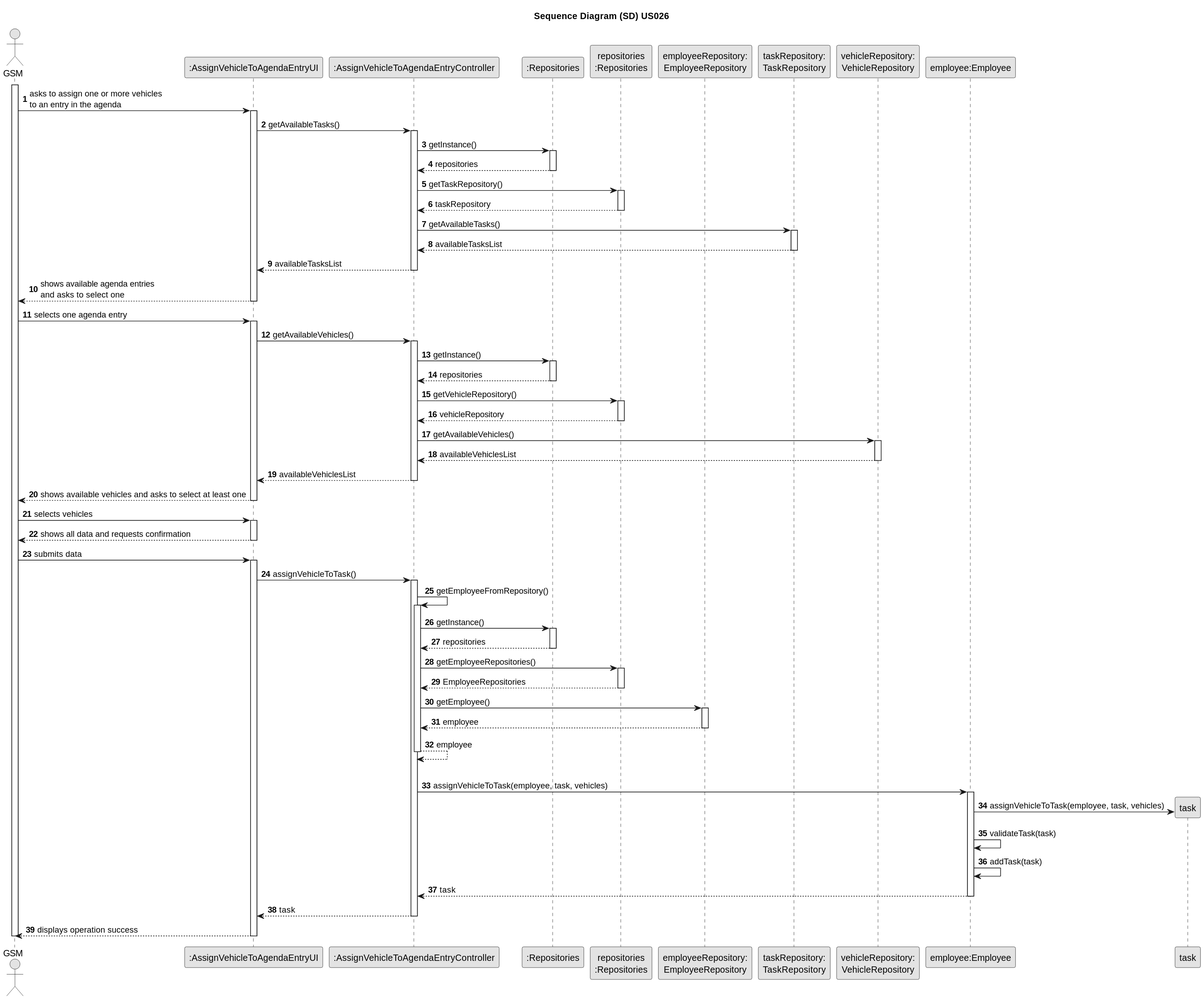
This is docs/sprintC/US026/03.design/svg/us026-sequence-diagram-full.svg from LopemigueISEP/lei-24-s2-1nb-g312, a PlantUML export, as it was before one commit. Source of this version:
```plantuml
@startuml
skinparam monochrome true
skinparam packageStyle rectangle
skinparam shadowing false

autonumber

title Sequence Diagram (SD) US026

actor "GSM" as GSM
participant ":AssignVehicleToAgendaEntryUI" as UI
participant ":AssignVehicleToAgendaEntryController" as CTRL
participant ":Repositories" as RepositorySingleton
participant "repositories\n:Repositories" as PLAT
participant "employeeRepository:\nEmployeeRepository" as EmployeeRepository
participant "taskRepository:\nTaskRepository" as TaskRepository
participant "vehicleRepository:\nVehicleRepository" as VehicleRepository
participant "employee:Employee" as employee


activate GSM

        GSM -> UI : asks to assign one or more vehicles \nto an entry in the agenda

        activate UI



            UI -> CTRL : getAvailableTasks()
            activate CTRL

                CTRL -> RepositorySingleton : getInstance()
                activate RepositorySingleton

                    RepositorySingleton --> CTRL: repositories
                deactivate RepositorySingleton

                CTRL -> PLAT : getTaskRepository()
                activate PLAT

                    PLAT --> CTRL: taskRepository
                deactivate PLAT

                CTRL -> TaskRepository : getAvailableTasks()
                activate TaskRepository

                    TaskRepository --> CTRL : availableTasksList
                deactivate TaskRepository

                CTRL --> UI : availableTasksList
            deactivate CTRL

            UI --> GSM : shows available agenda entries \nand asks to select one
        deactivate UI

    GSM -> UI : selects one agenda entry
    activate UI


        UI -> CTRL : getAvailableVehicles()
                    activate CTRL

                        CTRL -> RepositorySingleton : getInstance()
                        activate RepositorySingleton

                            RepositorySingleton --> CTRL: repositories
                        deactivate RepositorySingleton

                        CTRL -> PLAT : getVehicleRepository()
                        activate PLAT

                            PLAT --> CTRL: vehicleRepository
                        deactivate PLAT

                        CTRL -> VehicleRepository : getAvailableVehicles()
                        activate VehicleRepository

                            VehicleRepository --> CTRL : availableVehiclesList
                        deactivate VehicleRepository

                        CTRL --> UI : availableVehiclesList
                    deactivate CTRL




        UI --> GSM : shows available vehicles and asks to select at least one
    deactivate UI

    GSM -> UI : selects vehicles
    activate UI

        UI --> GSM : shows all data and requests confirmation
    deactivate UI

    GSM -> UI : submits data
    activate UI

        UI -> CTRL : assignVehicleToTask()
        activate CTRL

             CTRL->CTRL: getEmployeeFromRepository()

                    activate CTRL
                    CTRL -> RepositorySingleton : getInstance()
                    activate RepositorySingleton

                    RepositorySingleton --> CTRL : repositories
                    deactivate RepositorySingleton

                    CTRL -> PLAT : getEmployeeRepositories()
                    activate PLAT


                    PLAT --> CTRL : EmployeeRepositories
                    deactivate PLAT


                    CTRL -> EmployeeRepository: getEmployee()
                    activate EmployeeRepository
                    EmployeeRepository -->CTRL: employee
                    deactivate EmployeeRepository

                CTRL-->CTRL: employee
                deactivate CTRL

                |||


                CTRL -> "employee" : assignVehicleToTask(employee, task, vehicles)
                    activate "employee"

                    "employee" ->"task"** : assignVehicleToTask(employee, task, vehicles)

                    "employee" -> "employee": validateTask(task)
                    "employee" -> "employee": addTask(task)

                    "employee" --> CTRL: task
                    deactivate "employee"








            CTRL --> UI: task
            deactivate CTRL
            UI --> GSM: displays operation success
    deactivate UI

deactivate GSM
@enduml
```
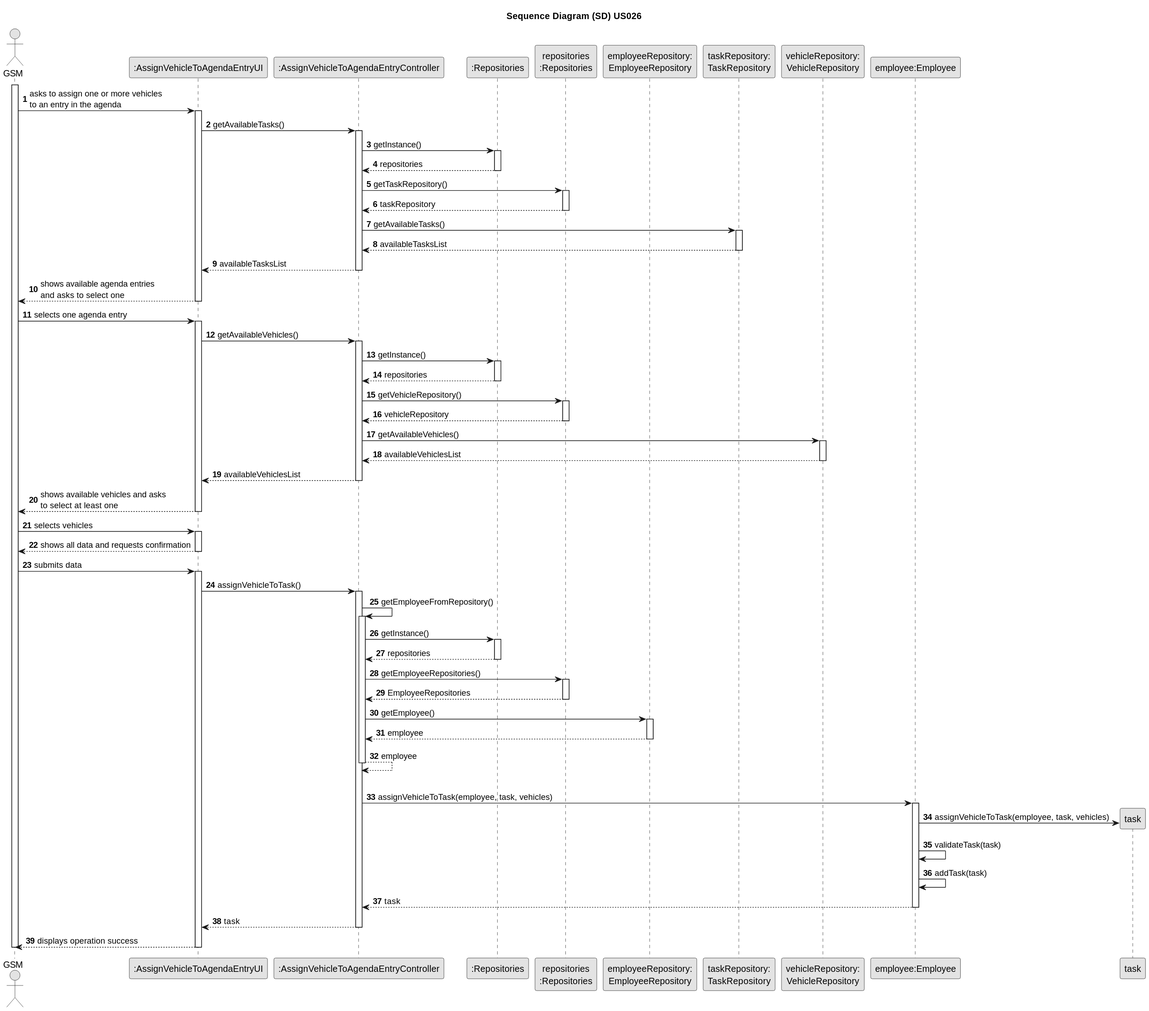
After the change.

Commit message:
US27 - done sequence diagram #8

What changed in the source:
```diff
@@ -84,7 +84,7 @@
 
 
 
-        UI --> GSM : shows available vehicles and asks to select at least one
+        UI --> GSM : shows available vehicles and asks \nto select at least one
     deactivate UI
 
     GSM -> UI : selects vehicles
```
